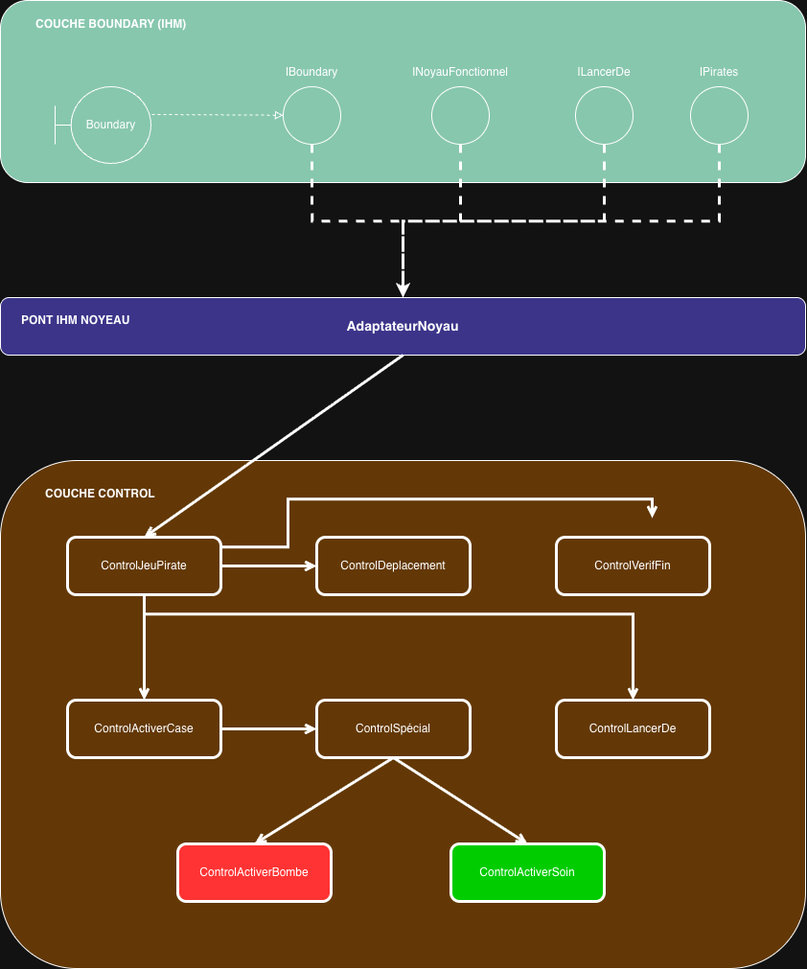
charafbel/ILU4-Pirate keeps this draw.io diagram as Documentation/ECBgraphique.png. Above is the earlier version. Source tidied: cells renumbered, new cells last; positions are measured from the earlier drawing's top-left corner, leaving out a move shared by most shapes.
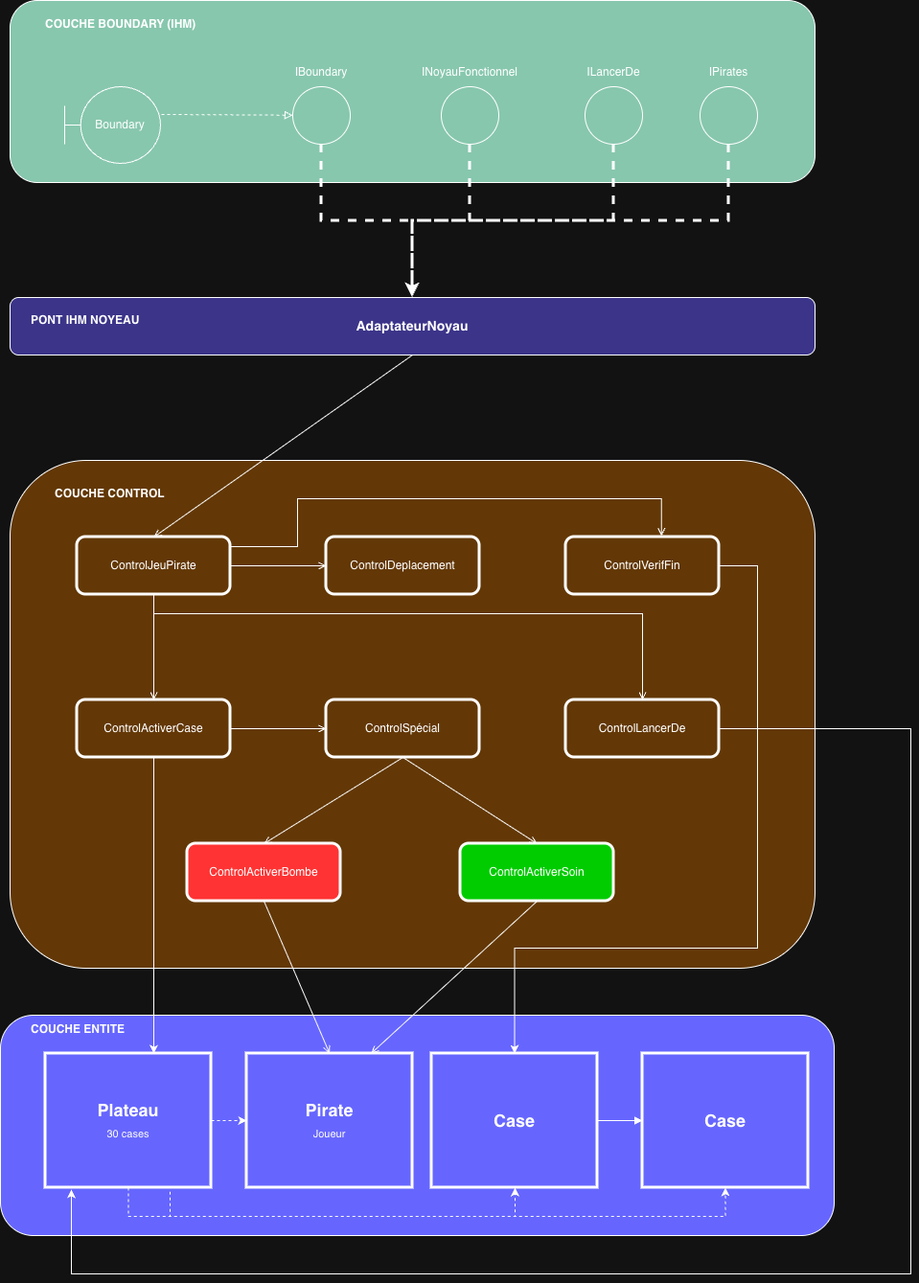
The same diagram one commit later.

Diff of the diagram source:
```diff
@@ -2,6 +2,9 @@
   <root>
     <mxCell id="0" />
     <mxCell id="1" parent="0" />
+    <mxCell id="38" style="rounded=1;whiteSpace=wrap;html=1;fillColor=light-dark(#FFFFFF,#6666FF);fillStyle=solid;" parent="1" vertex="1">
+      <mxGeometry x="-10" y="1059" width="870" height="230" as="geometry" />
+    </mxCell>
     <mxCell id="2" style="rounded=1;whiteSpace=wrap;html=1;fillColor=light-dark(#FFFFFF,#87C7AE);fillStyle=solid;" parent="1" vertex="1">
       <mxGeometry width="840" height="190" as="geometry" />
     </mxCell>
@@ -46,7 +49,7 @@
     <mxCell id="15" value="&lt;h1 style=&quot;margin-top: 0px;&quot;&gt;&lt;font&gt;PONT IHM NOYEAU&lt;/font&gt;&lt;/h1&gt;" style="text;html=1;whiteSpace=wrap;overflow=hidden;rounded=0;fontSize=6;" parent="1" vertex="1">
       <mxGeometry x="20" y="320" width="120" height="40" as="geometry" />
     </mxCell>
-    <mxCell id="16" style="rounded=1;whiteSpace=wrap;html=1;fillColor=light-dark(#FFFFFF,#633806);fillStyle=solid;" parent="1" vertex="1">
+    <mxCell id="16" style="rounded=1;whiteSpace=wrap;html=1;fillColor=light-dark(#FFFFFF,#633806);fillStyle=solid;strokeWidth=1;" parent="1" vertex="1">
       <mxGeometry y="480" width="840" height="530" as="geometry" />
     </mxCell>
     <mxCell id="17" value="ControlJeuPirate" style="rounded=1;whiteSpace=wrap;html=1;fillColor=light-dark(#FFFFFF,transparent);strokeWidth=3;" parent="1" vertex="1">
@@ -58,9 +61,27 @@
     <mxCell id="19" value="ControlDeplacement" style="rounded=1;whiteSpace=wrap;html=1;fillColor=light-dark(#FFFFFF,transparent);strokeWidth=3;" parent="1" vertex="1">
       <mxGeometry x="330" y="560" width="160" height="60" as="geometry" />
     </mxCell>
+    <mxCell id="39" style="edgeStyle=orthogonalEdgeStyle;rounded=0;jettySize=auto;html=1;entryX=0.156;entryY=1.014;entryDx=0;entryDy=0;entryPerimeter=0;exitX=1;exitY=0.5;exitDx=0;exitDy=0;" parent="1" edge="1" source="20" target="41">
+      <mxGeometry relative="1" as="geometry">
+        <Array as="points">
+          <mxPoint x="940" y="760" />
+          <mxPoint x="940" y="1329" />
+          <mxPoint x="64" y="1329" />
+        </Array>
+      </mxGeometry>
+    </mxCell>
     <mxCell id="20" value="ControlLancerDe" style="rounded=1;whiteSpace=wrap;html=1;fillColor=light-dark(#FFFFFF,transparent);strokeWidth=3;" parent="1" vertex="1">
       <mxGeometry x="580" y="730" width="160" height="60" as="geometry" />
     </mxCell>
+    <mxCell id="40" style="edgeStyle=orthogonalEdgeStyle;rounded=0;jettySize=auto;html=1;entryX=0.5;entryY=0;entryDx=0;entryDy=0;" parent="1" edge="1" source="21" target="48">
+      <mxGeometry relative="1" as="geometry">
+        <Array as="points">
+          <mxPoint x="780" y="590" />
+          <mxPoint x="780" y="989" />
+          <mxPoint x="527" y="989" />
+        </Array>
+      </mxGeometry>
+    </mxCell>
     <mxCell id="21" value="ControlVerifFin" style="rounded=1;whiteSpace=wrap;html=1;fillColor=light-dark(#FFFFFF,transparent);strokeWidth=3;" parent="1" vertex="1">
       <mxGeometry x="580" y="560" width="160" height="60" as="geometry" />
     </mxCell>
@@ -73,35 +94,35 @@
     <mxCell id="24" value="ControlActiverSoin" style="rounded=1;whiteSpace=wrap;html=1;fillColor=light-dark(#FFFFFF,#00CC00);strokeWidth=3;" parent="1" vertex="1">
       <mxGeometry x="470" y="880" width="160" height="60" as="geometry" />
     </mxCell>
-    <mxCell id="25" style="endArrow=open;html=1;rounded=0;entryX=0.5;entryY=0;entryDx=0;entryDy=0;exitX=0.5;exitY=1;exitDx=0;exitDy=0;endFill=0;strokeWidth=3;" parent="1" edge="1" source="22" target="24">
+    <mxCell id="25" style="endArrow=open;html=1;rounded=0;entryX=0.5;entryY=0;entryDx=0;entryDy=0;exitX=0.5;exitY=1;exitDx=0;exitDy=0;endFill=0;strokeWidth=1;" parent="1" edge="1" source="22" target="24">
       <mxGeometry relative="1" as="geometry" />
     </mxCell>
-    <mxCell id="26" style="endArrow=open;html=1;rounded=0;entryX=0.5;entryY=0;entryDx=0;entryDy=0;exitX=0.5;exitY=1;exitDx=0;exitDy=0;endFill=0;strokeWidth=3;" parent="1" edge="1" source="22" target="23">
+    <mxCell id="26" style="endArrow=open;html=1;rounded=0;entryX=0.5;entryY=0;entryDx=0;entryDy=0;exitX=0.5;exitY=1;exitDx=0;exitDy=0;endFill=0;strokeWidth=1;" parent="1" edge="1" source="22" target="23">
       <mxGeometry relative="1" as="geometry" />
     </mxCell>
-    <mxCell id="27" style="endArrow=open;html=1;rounded=0;endFill=0;strokeWidth=3;edgeStyle=orthogonalEdgeStyle;elbow=vertical;exitX=1;exitY=0.5;exitDx=0;exitDy=0;" parent="1" edge="1" source="17">
+    <mxCell id="27" style="endArrow=open;html=1;rounded=0;endFill=0;strokeWidth=1;edgeStyle=orthogonalEdgeStyle;elbow=vertical;exitX=1;exitY=0.5;exitDx=0;exitDy=0;entryX=0.624;entryY=-0.019;entryDx=0;entryDy=0;entryPerimeter=0;" parent="1" edge="1" source="17" target="21">
       <mxGeometry relative="1" as="geometry">
-        <mxPoint x="680" y="540" as="targetPoint" />
         <Array as="points">
+          <mxPoint x="230" y="570" />
           <mxPoint x="300" y="570" />
           <mxPoint x="300" y="520" />
           <mxPoint x="680" y="520" />
         </Array>
       </mxGeometry>
     </mxCell>
-    <mxCell id="28" style="endArrow=open;html=1;rounded=0;endFill=0;strokeWidth=3;exitX=1;exitY=0.5;exitDx=0;exitDy=0;entryX=0;entryY=0.5;entryDx=0;entryDy=0;" parent="1" edge="1" source="18" target="22">
+    <mxCell id="28" style="endArrow=open;html=1;rounded=0;endFill=0;strokeWidth=1;exitX=1;exitY=0.5;exitDx=0;exitDy=0;entryX=0;entryY=0.5;entryDx=0;entryDy=0;" parent="1" edge="1" source="18" target="22">
       <mxGeometry relative="1" as="geometry" />
     </mxCell>
-    <mxCell id="29" style="endArrow=open;html=1;rounded=0;endFill=0;strokeWidth=3;exitX=0.5;exitY=1;exitDx=0;exitDy=0;entryX=0.5;entryY=0;entryDx=0;entryDy=0;" parent="1" edge="1" source="17" target="18">
+    <mxCell id="29" style="endArrow=open;html=1;rounded=0;endFill=0;strokeWidth=1;exitX=0.5;exitY=1;exitDx=0;exitDy=0;entryX=0.5;entryY=0;entryDx=0;entryDy=0;" parent="1" edge="1" source="17" target="18">
       <mxGeometry relative="1" as="geometry" />
     </mxCell>
-    <mxCell id="30" style="endArrow=open;html=1;rounded=0;endFill=0;strokeWidth=3;exitX=1;exitY=0.5;exitDx=0;exitDy=0;entryX=0;entryY=0.5;entryDx=0;entryDy=0;" parent="1" edge="1" source="17" target="19">
+    <mxCell id="30" style="endArrow=open;html=1;rounded=0;endFill=0;strokeWidth=1;exitX=1;exitY=0.5;exitDx=0;exitDy=0;entryX=0;entryY=0.5;entryDx=0;entryDy=0;" parent="1" edge="1" source="17" target="19">
       <mxGeometry relative="1" as="geometry" />
     </mxCell>
     <mxCell id="31" value="&lt;h1 style=&quot;margin-top: 0px;&quot;&gt;&lt;font style=&quot;font-size: 12px;&quot;&gt;COUCHE CONTROL&lt;/font&gt;&lt;/h1&gt;" style="text;html=1;whiteSpace=wrap;overflow=hidden;rounded=0;" parent="1" vertex="1">
       <mxGeometry x="45" y="490" width="250" height="40" as="geometry" />
     </mxCell>
-    <mxCell id="32" style="endArrow=open;html=1;rounded=0;endFill=0;strokeWidth=3;edgeStyle=orthogonalEdgeStyle;elbow=vertical;entryX=0.5;entryY=0;entryDx=0;entryDy=0;exitX=0.5;exitY=1;exitDx=0;exitDy=0;" parent="1" edge="1" source="17" target="20">
+    <mxCell id="32" style="endArrow=open;html=1;rounded=0;endFill=0;strokeWidth=1;edgeStyle=orthogonalEdgeStyle;elbow=vertical;entryX=0.5;entryY=0;entryDx=0;entryDy=0;exitX=0.5;exitY=1;exitDx=0;exitDy=0;" parent="1" edge="1" source="17" target="20">
       <mxGeometry relative="1" as="geometry">
         <Array as="points">
           <mxPoint x="150" y="640" />
@@ -109,7 +130,7 @@
         </Array>
       </mxGeometry>
     </mxCell>
-    <mxCell id="33" style="endArrow=open;html=1;rounded=0;endFill=0;strokeWidth=3;exitX=0.5;exitY=1;exitDx=0;exitDy=0;entryX=0.5;entryY=0;entryDx=0;entryDy=0;" parent="1" edge="1" source="14" target="17">
+    <mxCell id="33" style="endArrow=open;html=1;rounded=0;endFill=0;strokeWidth=1;exitX=0.5;exitY=1;exitDx=0;exitDy=0;entryX=0.5;entryY=0;entryDx=0;entryDy=0;" parent="1" edge="1" source="14" target="17">
       <mxGeometry relative="1" as="geometry" />
     </mxCell>
     <mxCell id="34" style="endArrow=classic;html=1;rounded=0;edgeStyle=orthogonalEdgeStyle;entryX=0.5;entryY=0;entryDx=0;entryDy=0;exitX=0.5;exitY=1;exitDx=0;exitDy=0;dashed=1;strokeWidth=3;" parent="1" edge="1" source="5" target="14">
@@ -124,5 +145,56 @@
     <mxCell id="37" style="endArrow=classic;html=1;rounded=0;edgeStyle=orthogonalEdgeStyle;exitX=0.5;exitY=1;exitDx=0;exitDy=0;dashed=1;strokeWidth=3;entryX=0.5;entryY=0;entryDx=0;entryDy=0;" parent="1" edge="1" source="9" target="14">
       <mxGeometry relative="1" as="geometry" />
     </mxCell>
+    <mxCell id="41" value="&lt;h2&gt;&lt;font style=&quot;color: light-dark(rgb(255, 255, 255), rgb(255, 255, 255));&quot;&gt;Plateau&lt;br&gt;&lt;span style=&quot;font-weight: normal;&quot;&gt;&lt;font style=&quot;font-size: 11px;&quot;&gt;30 cases&lt;/font&gt;&lt;/span&gt;&lt;/font&gt;&lt;/h2&gt;" style="rounded=0;whiteSpace=wrap;html=1;strokeWidth=3;fillColor=light-dark(#FFFFFF,transparent);strokeColor=light-dark(#000000,#FFFFFF);" parent="1" vertex="1">
+      <mxGeometry x="37" y="1099" width="173" height="140" as="geometry" />
+    </mxCell>
+    <mxCell id="42" value="&lt;h2&gt;&lt;font style=&quot;color: rgb(255, 255, 255);&quot;&gt;&lt;font style=&quot;&quot;&gt;Pirate&lt;br&gt;&lt;/font&gt;&lt;span style=&quot;background-color: transparent; font-size: 11px; font-weight: normal;&quot;&gt;Joueur&lt;/span&gt;&lt;/font&gt;&lt;/h2&gt;" style="rounded=0;whiteSpace=wrap;html=1;strokeWidth=3;fillColor=none;strokeColor=light-dark(#000000,#FFFFFF);" parent="1" vertex="1">
+      <mxGeometry x="247" y="1099" width="173" height="140" as="geometry" />
+    </mxCell>
+    <mxCell id="43" style="endArrow=classic;html=1;rounded=0;exitX=0.5;exitY=1;exitDx=0;exitDy=0;edgeStyle=orthogonalEdgeStyle;entryX=0.5;entryY=1;entryDx=0;entryDy=0;strokeWidth=1;strokeColor=light-dark(#000000,#FFFFFF);dashed=1;fillColor=light-dark(#FFFFFF,#FFFFFF);" parent="1" edge="1" source="41">
+      <mxGeometry relative="1" as="geometry">
+        <mxPoint x="746.5" y="1239" as="targetPoint" />
+        <Array as="points">
+          <mxPoint x="123" y="1269" />
+          <mxPoint x="747" y="1269" />
+        </Array>
+      </mxGeometry>
+    </mxCell>
+    <mxCell id="44" style="endArrow=classic;html=1;rounded=0;edgeStyle=orthogonalEdgeStyle;entryX=0.5;entryY=1;entryDx=0;entryDy=0;strokeWidth=1;strokeColor=light-dark(#000000,#FFFFFF);dashed=1;fillColor=light-dark(#FFFFFF,#FFFFFF);exitX=0.5;exitY=1;exitDx=0;exitDy=0;" parent="1" edge="1" target="48">
+      <mxGeometry relative="1" as="geometry">
+        <mxPoint x="167" y="1243.3" as="sourcePoint" />
+        <Array as="points">
+          <mxPoint x="167" y="1269" />
+          <mxPoint x="527" y="1269" />
+          <mxPoint x="527" y="1239" />
+        </Array>
+      </mxGeometry>
+    </mxCell>
+    <mxCell id="45" style="endArrow=classic;html=1;rounded=0;entryX=0;entryY=0.5;entryDx=0;entryDy=0;exitX=1;exitY=0.5;exitDx=0;exitDy=0;dashed=1;strokeWidth=1;strokeColor=light-dark(#000000,#FFFFFF);fillColor=light-dark(#FFFFFF,#FFFFFF);" parent="1" edge="1" source="41" target="42">
+      <mxGeometry relative="1" as="geometry" />
+    </mxCell>
+    <mxCell id="46" style="endArrow=open;html=1;rounded=0;endFill=0;strokeWidth=1;exitX=0.5;exitY=1;exitDx=0;exitDy=0;entryX=0.5;entryY=0;entryDx=0;entryDy=0;" parent="1" edge="1" source="23" target="42">
+      <mxGeometry relative="1" as="geometry" />
+    </mxCell>
+    <mxCell id="47" style="edgeStyle=orthogonalEdgeStyle;rounded=0;jettySize=auto;html=1;exitX=1;exitY=0.5;exitDx=0;exitDy=0;entryX=0;entryY=0.5;entryDx=0;entryDy=0;endArrow=block;endFill=1;" parent="1" edge="1" source="48" target="49">
+      <mxGeometry relative="1" as="geometry" />
+    </mxCell>
+    <mxCell id="48" value="&lt;h2&gt;Case&lt;/h2&gt;" style="rounded=0;whiteSpace=wrap;html=1;strokeWidth=3;fillColor=none;strokeColor=light-dark(#000000,#FFFFFF);" parent="1" vertex="1">
+      <mxGeometry x="440" y="1099" width="173" height="140" as="geometry" />
+    </mxCell>
+    <mxCell id="49" value="&lt;h2&gt;Case&lt;/h2&gt;" style="rounded=0;whiteSpace=wrap;html=1;strokeWidth=3;fillColor=none;strokeColor=light-dark(#000000,#FFFFFF);" parent="1" vertex="1">
+      <mxGeometry x="660" y="1099" width="173" height="140" as="geometry" />
+    </mxCell>
+    <mxCell id="50" style="endArrow=open;html=1;rounded=0;endFill=0;strokeWidth=1;exitX=0.5;exitY=1;exitDx=0;exitDy=0;entryX=0.75;entryY=0;entryDx=0;entryDy=0;" parent="1" edge="1" source="24" target="42">
+      <mxGeometry relative="1" as="geometry" />
+    </mxCell>
+    <mxCell id="51" value="&lt;h1 style=&quot;margin-top: 0px;&quot;&gt;&lt;font style=&quot;font-size: 12px;&quot;&gt;COUCHE ENTITE&lt;/font&gt;&lt;/h1&gt;" style="text;html=1;whiteSpace=wrap;overflow=hidden;rounded=0;" parent="1" vertex="1">
+      <mxGeometry x="20" y="1049" width="250" height="40" as="geometry" />
+    </mxCell>
+    <mxCell id="52" style="edgeStyle=orthogonalEdgeStyle;rounded=0;jettySize=auto;html=1;" parent="1" edge="1" source="18">
+      <mxGeometry relative="1" as="geometry">
+        <mxPoint x="150" y="1099" as="targetPoint" />
+      </mxGeometry>
+    </mxCell>
   </root>
 </mxGraphModel>
```
